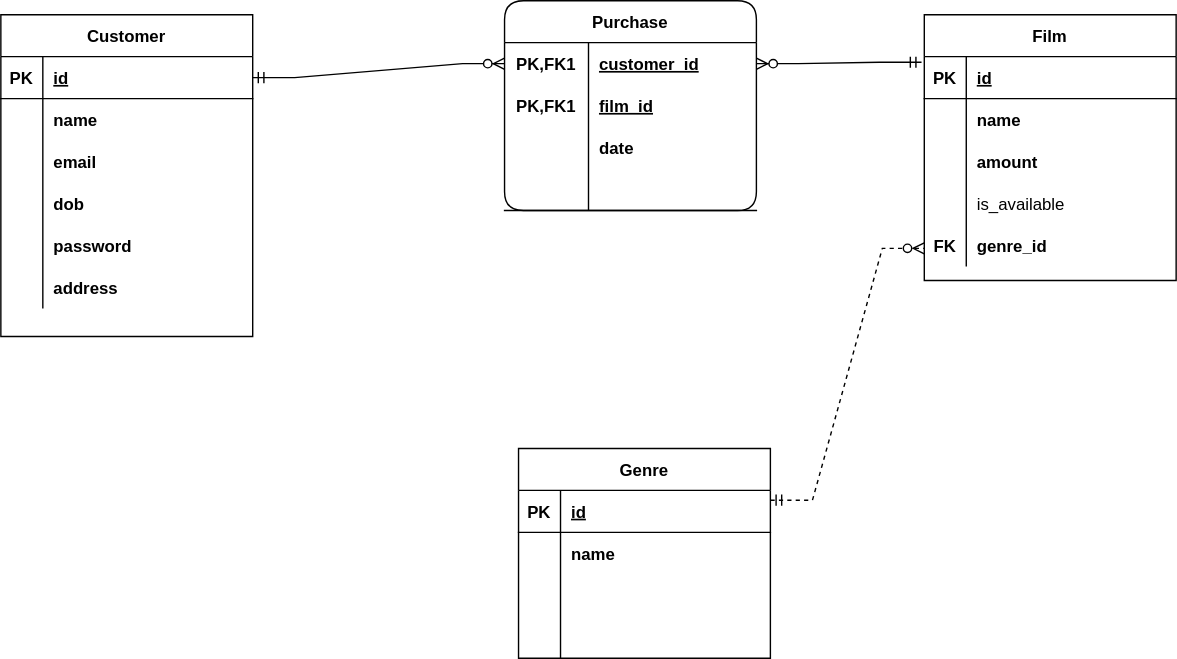
Before: Film Sales Service (Brilloconnetz Test).drawio.svg, a diagram exported from draw.io (tee-code/film-app). Source tidied: cells renumbered, new cells last; positions are measured from the earlier drawing's top-left corner, leaving out a move shared by most shapes.
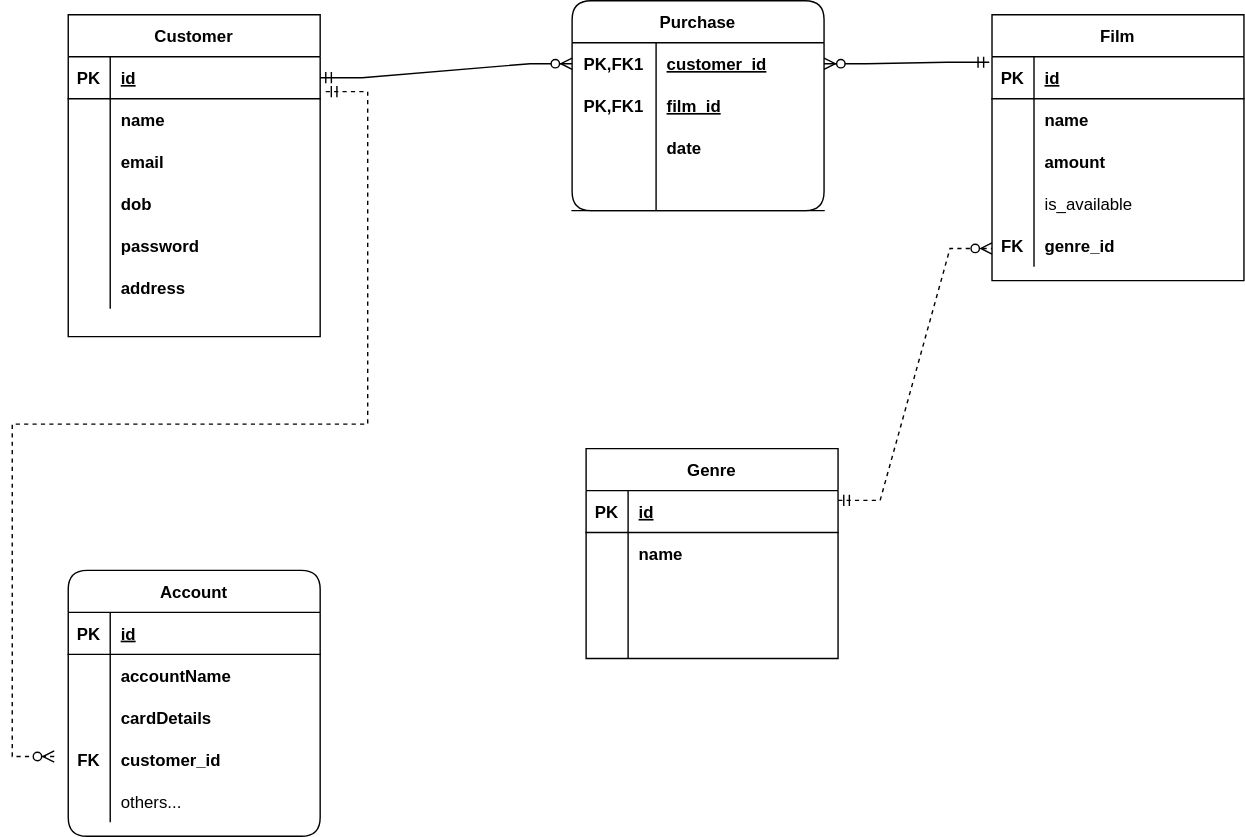
Later version of the same file.

Change to the diagram source:
```diff
@@ -185,5 +185,58 @@
         <mxPoint x="660" y="177" as="targetPoint" />
       </mxGeometry>
     </mxCell>
+    <mxCell id="62" value="Account" style="shape=table;startSize=30;rowLines=0;fontStyle=1;align=center;rounded=1;" parent="1" vertex="1">
+      <mxGeometry y="407" width="180" height="190" as="geometry" />
+    </mxCell>
+    <mxCell id="63" style="shape=tableRow;horizontal=0;startSize=0;swimlaneHead=0;swimlaneBody=0;fillColor=none;top=0;left=0;right=0;bottom=1;rounded=1;" parent="62" vertex="1">
+      <mxGeometry y="30" width="180" height="30" as="geometry" />
+    </mxCell>
+    <mxCell id="64" value="PK" style="shape=partialRectangle;fillColor=none;top=0;left=0;bottom=0;right=0;fontStyle=1;overflow=hidden;rounded=1;" parent="63" vertex="1">
+      <mxGeometry width="30" height="30" as="geometry" />
+    </mxCell>
+    <mxCell id="65" value="id" style="shape=partialRectangle;fillColor=none;top=0;left=0;bottom=0;right=0;align=left;spacingLeft=6;fontStyle=5;overflow=hidden;rounded=1;" parent="63" vertex="1">
+      <mxGeometry x="30" width="150" height="30" as="geometry" />
+    </mxCell>
+    <mxCell id="66" style="shape=tableRow;horizontal=0;startSize=0;swimlaneHead=0;swimlaneBody=0;fillColor=none;top=0;left=0;right=0;bottom=0;rounded=1;" parent="62" vertex="1">
+      <mxGeometry y="60" width="180" height="30" as="geometry" />
+    </mxCell>
+    <mxCell id="67" style="shape=partialRectangle;fillColor=none;top=0;left=0;bottom=0;right=0;overflow=hidden;rounded=1;" parent="66" vertex="1">
+      <mxGeometry width="30" height="30" as="geometry" />
+    </mxCell>
+    <mxCell id="68" value="accountName" style="shape=partialRectangle;fillColor=none;top=0;left=0;bottom=0;right=0;align=left;spacingLeft=6;overflow=hidden;rounded=1;fontStyle=1;" parent="66" vertex="1">
+      <mxGeometry x="30" width="150" height="30" as="geometry" />
+    </mxCell>
+    <mxCell id="69" style="shape=tableRow;horizontal=0;startSize=0;swimlaneHead=0;swimlaneBody=0;fillColor=none;top=0;left=0;right=0;bottom=0;rounded=1;" parent="62" vertex="1">
+      <mxGeometry y="90" width="180" height="30" as="geometry" />
+    </mxCell>
+    <mxCell id="70" style="shape=partialRectangle;fillColor=none;top=0;left=0;bottom=0;right=0;overflow=hidden;rounded=1;" parent="69" vertex="1">
+      <mxGeometry width="30" height="30" as="geometry" />
+    </mxCell>
+    <mxCell id="71" value="cardDetails" style="shape=partialRectangle;fillColor=none;top=0;left=0;bottom=0;right=0;align=left;spacingLeft=6;overflow=hidden;rounded=1;fontStyle=1;" parent="69" vertex="1">
+      <mxGeometry x="30" width="150" height="30" as="geometry" />
+    </mxCell>
+    <mxCell id="72" style="shape=tableRow;horizontal=0;startSize=0;swimlaneHead=0;swimlaneBody=0;fillColor=none;top=0;left=0;right=0;bottom=0;rounded=1;" parent="62" vertex="1">
+      <mxGeometry y="120" width="180" height="30" as="geometry" />
+    </mxCell>
+    <mxCell id="73" value="FK" style="shape=partialRectangle;fillColor=none;top=0;left=0;bottom=0;right=0;overflow=hidden;rounded=1;fontStyle=1;" parent="72" vertex="1">
+      <mxGeometry width="30" height="30" as="geometry" />
+    </mxCell>
+    <mxCell id="74" value="customer_id" style="shape=partialRectangle;fillColor=none;top=0;left=0;bottom=0;right=0;align=left;spacingLeft=6;overflow=hidden;rounded=1;fontStyle=1;" parent="72" vertex="1">
+      <mxGeometry x="30" width="150" height="30" as="geometry" />
+    </mxCell>
+    <mxCell id="75" style="shape=tableRow;horizontal=0;startSize=0;swimlaneHead=0;swimlaneBody=0;fillColor=none;top=0;left=0;right=0;bottom=0;rounded=1;" parent="62" vertex="1">
+      <mxGeometry y="150" width="180" height="30" as="geometry" />
+    </mxCell>
+    <mxCell id="76" style="shape=partialRectangle;fillColor=none;top=0;left=0;bottom=0;right=0;overflow=hidden;rounded=1;" parent="75" vertex="1">
+      <mxGeometry width="30" height="30" as="geometry" />
+    </mxCell>
+    <mxCell id="77" value="others..." style="shape=partialRectangle;fillColor=none;top=0;left=0;bottom=0;right=0;align=left;spacingLeft=6;overflow=hidden;rounded=1;" parent="75" vertex="1">
+      <mxGeometry x="30" width="150" height="30" as="geometry" />
+    </mxCell>
+    <mxCell id="78" style="edgeStyle=entityRelationEdgeStyle;fontSize=12;html=1;endArrow=ERzeroToMany;startArrow=ERmandOne;rounded=0;dashed=1;exitX=1.022;exitY=-0.167;exitDx=0;exitDy=0;exitPerimeter=0;" parent="1" edge="1" source="6">
+      <mxGeometry relative="1" as="geometry">
+        <mxPoint x="-10" y="540" as="targetPoint" />
+      </mxGeometry>
+    </mxCell>
   </root>
 </mxGraphModel>
```
